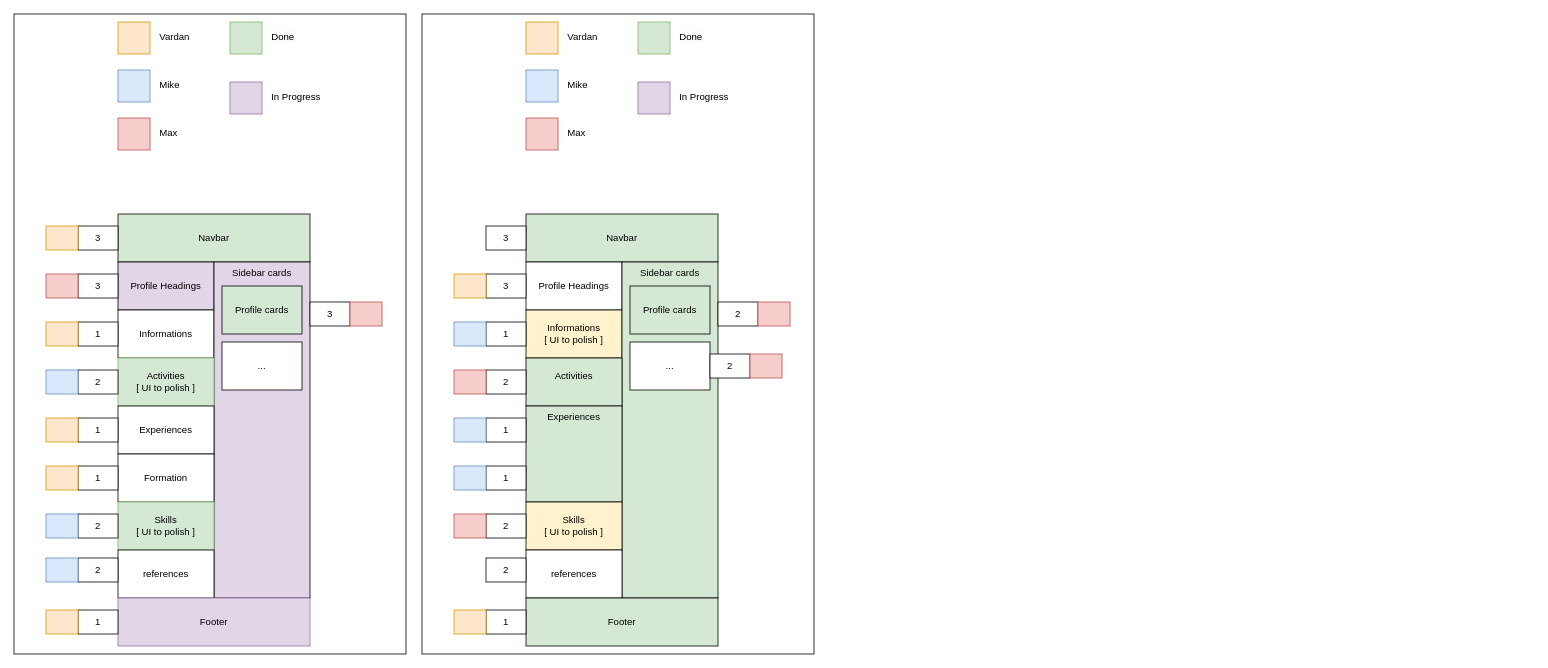
Above: Strikedin-Mockup.drawio in MaksymSharinDev/strive-apr21-BW2 (draw.io), before the change. Source tidied: cells renumbered, new cells numbered last; positions are measured from the earlier drawing's top-left corner, leaving out a move shared by most shapes. Both pictures are drawn from the tidied source at 80%, with x=0, y=0 at pixel (14, 14).
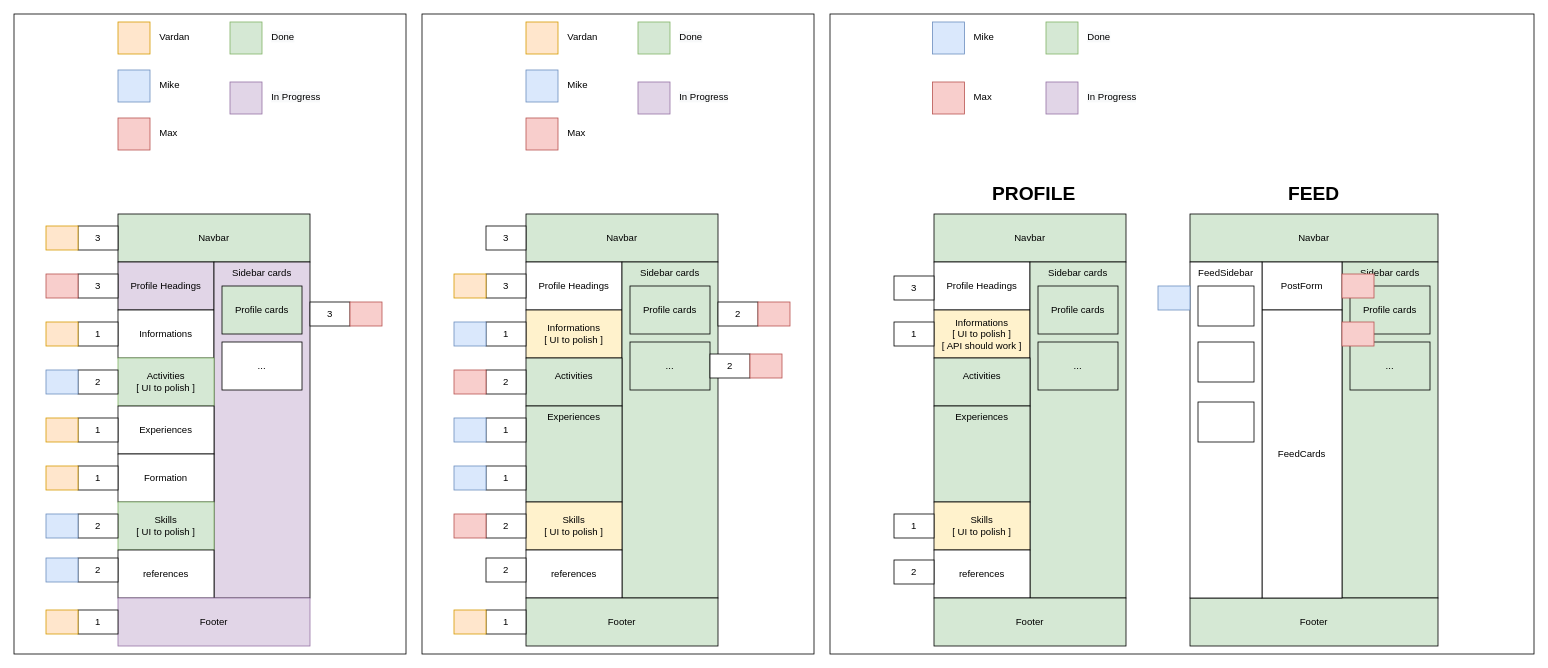
Above is the later version.

Change to the diagram source:
```diff
@@
-    <mxCell id="55" value="..." style="rounded=0;whiteSpace=wrap;html=1;" parent="1" vertex="1">
+    <mxCell id="55" value="..." style="rounded=0;whiteSpace=wrap;html=1;fillColor=#d5e8d4;" parent="1" vertex="1">
       <mxGeometry x="770" y="410" width="100" height="60" as="geometry" />
     </mxCell>
@@
+    <mxCell id="87" style="rounded=0;whiteSpace=wrap;html=1;strokeColor=#000000;" parent="1" vertex="1">
+      <mxGeometry x="1020" width="880" height="800" as="geometry" />
+    </mxCell>
+    <mxCell id="88" value="Navbar" style="rounded=0;whiteSpace=wrap;html=1;fillColor=#d5e8d4;" parent="1" vertex="1">
+      <mxGeometry x="1150" y="250" width="240" height="60" as="geometry" />
+    </mxCell>
+    <mxCell id="89" value="Profile Headings" style="rounded=0;whiteSpace=wrap;html=1;" parent="1" vertex="1">
+      <mxGeometry x="1150" y="310" width="120" height="60" as="geometry" />
+    </mxCell>
+    <mxCell id="90" value="Informations&lt;br&gt;[ UI to polish ]&lt;br&gt;[ API should work ]" style="rounded=0;whiteSpace=wrap;html=1;fillColor=#fff2cc;" parent="1" vertex="1">
+      <mxGeometry x="1150" y="370" width="120" height="60" as="geometry" />
+    </mxCell>
+    <mxCell id="91" value="Sidebar cards" style="rounded=0;whiteSpace=wrap;html=1;verticalAlign=top;fillColor=#d5e8d4;" parent="1" vertex="1">
+      <mxGeometry x="1270" y="310" width="120" height="420" as="geometry" />
+    </mxCell>
+    <mxCell id="92" value="Activities &#10;" style="rounded=0;whiteSpace=wrap;fillColor=#d5e8d4;strokeColor=#000000;verticalAlign=middle;" parent="1" vertex="1">
+      <mxGeometry x="1150" y="430" width="120" height="60" as="geometry" />
+    </mxCell>
+    <mxCell id="93" value="Experiences&lt;br&gt;" style="rounded=0;whiteSpace=wrap;html=1;fillColor=#d5e8d4;verticalAlign=top;" parent="1" vertex="1">
+      <mxGeometry x="1150" y="490" width="120" height="120" as="geometry" />
+    </mxCell>
+    <mxCell id="94" value="Skills&lt;br&gt;[ UI to polish ]" style="rounded=0;whiteSpace=wrap;html=1;fillColor=#fff2cc;" parent="1" vertex="1">
+      <mxGeometry x="1150" y="610" width="120" height="60" as="geometry" />
+    </mxCell>
+    <mxCell id="95" value="references&lt;br&gt;" style="rounded=0;whiteSpace=wrap;html=1;" parent="1" vertex="1">
+      <mxGeometry x="1150" y="670" width="120" height="60" as="geometry" />
+    </mxCell>
+    <mxCell id="96" value="Profile cards" style="rounded=0;whiteSpace=wrap;html=1;fillColor=#d5e8d4;" parent="1" vertex="1">
+      <mxGeometry x="1280" y="340" width="100" height="60" as="geometry" />
+    </mxCell>
+    <mxCell id="97" value="..." style="rounded=0;whiteSpace=wrap;html=1;fillColor=#d5e8d4;" parent="1" vertex="1">
+      <mxGeometry x="1280" y="410" width="100" height="60" as="geometry" />
+    </mxCell>
+    <mxCell id="98" style="rounded=0;whiteSpace=wrap;html=1;fillColor=#d5e8d4;strokeColor=#82b366;" parent="1" vertex="1">
+      <mxGeometry x="1290" y="10" width="40" height="40" as="geometry" />
+    </mxCell>
+    <mxCell id="99" style="rounded=0;whiteSpace=wrap;html=1;fillColor=#e1d5e7;strokeColor=#9673a6;" parent="1" vertex="1">
+      <mxGeometry x="1290" y="85" width="40" height="40" as="geometry" />
+    </mxCell>
+    <mxCell id="100" value="&lt;span style=&quot;color: rgb(0, 0, 0); font-family: helvetica; font-size: 12px; font-style: normal; font-weight: 400; letter-spacing: normal; text-align: center; text-indent: 0px; text-transform: none; word-spacing: 0px; background-color: rgb(248, 249, 250); display: inline; float: none;&quot;&gt;Done&lt;/span&gt;" style="text;whiteSpace=wrap;html=1;" parent="1" vertex="1">
+      <mxGeometry x="1340" y="15" width="50" height="30" as="geometry" />
+    </mxCell>
+    <mxCell id="101" value="&lt;span style=&quot;color: rgb(0 , 0 , 0) ; font-family: &amp;#34;helvetica&amp;#34; ; font-size: 12px ; font-style: normal ; font-weight: 400 ; letter-spacing: normal ; text-align: center ; text-indent: 0px ; text-transform: none ; word-spacing: 0px ; background-color: rgb(248 , 249 , 250) ; display: inline ; float: none&quot;&gt;In Progress&lt;/span&gt;" style="text;whiteSpace=wrap;html=1;" parent="1" vertex="1">
+      <mxGeometry x="1340" y="90" width="70" height="30" as="geometry" />
+    </mxCell>
+    <mxCell id="102" value="Footer" style="rounded=0;whiteSpace=wrap;html=1;fillColor=#d5e8d4;strokeColor=#000000;" parent="1" vertex="1">
+      <mxGeometry x="1150" y="730" width="240" height="60" as="geometry" />
+    </mxCell>
+    <mxCell id="103" style="rounded=0;whiteSpace=wrap;html=1;fillColor=#dae8fc;strokeColor=#6c8ebf;" parent="1" vertex="1">
+      <mxGeometry x="1148" y="10" width="40" height="40" as="geometry" />
+    </mxCell>
+    <mxCell id="104" value="&lt;div style=&quot;text-align: center&quot;&gt;&lt;span&gt;&lt;font face=&quot;helvetica&quot;&gt;Mike&lt;/font&gt;&lt;/span&gt;&lt;/div&gt;" style="text;whiteSpace=wrap;html=1;" parent="1" vertex="1">
+      <mxGeometry x="1198" y="15" width="70" height="30" as="geometry" />
+    </mxCell>
+    <mxCell id="105" style="rounded=0;whiteSpace=wrap;html=1;fillColor=#f8cecc;strokeColor=#b85450;" parent="1" vertex="1">
+      <mxGeometry x="1148" y="85" width="40" height="40" as="geometry" />
+    </mxCell>
+    <mxCell id="106" value="&lt;div style=&quot;text-align: center&quot;&gt;&lt;span&gt;&lt;font face=&quot;helvetica&quot;&gt;Max&lt;/font&gt;&lt;/span&gt;&lt;/div&gt;" style="text;whiteSpace=wrap;html=1;" parent="1" vertex="1">
+      <mxGeometry x="1198" y="90" width="70" height="30" as="geometry" />
+    </mxCell>
+    <mxCell id="107" value="2" style="rounded=0;whiteSpace=wrap;html=1;" parent="1" vertex="1">
+      <mxGeometry x="1100" y="682.5" width="50" height="30" as="geometry" />
+    </mxCell>
+    <mxCell id="108" value="3" style="rounded=0;whiteSpace=wrap;html=1;" parent="1" vertex="1">
+      <mxGeometry x="1100" y="327.5" width="50" height="30" as="geometry" />
+    </mxCell>
+    <mxCell id="109" value="1" style="rounded=0;whiteSpace=wrap;html=1;" parent="1" vertex="1">
+      <mxGeometry x="1100" y="385" width="50" height="30" as="geometry" />
+    </mxCell>
+    <mxCell id="110" value="1" style="rounded=0;whiteSpace=wrap;html=1;" parent="1" vertex="1">
+      <mxGeometry x="1100" y="625" width="50" height="30" as="geometry" />
+    </mxCell>
+    <mxCell id="111" value="Navbar" style="rounded=0;whiteSpace=wrap;html=1;fillColor=#d5e8d4;" parent="1" vertex="1">
+      <mxGeometry x="1470" y="250" width="310" height="60" as="geometry" />
+    </mxCell>
+    <mxCell id="112" value="Sidebar cards" style="rounded=0;whiteSpace=wrap;html=1;verticalAlign=top;fillColor=#d5e8d4;" parent="1" vertex="1">
+      <mxGeometry x="1660" y="310" width="120" height="420" as="geometry" />
+    </mxCell>
+    <mxCell id="113" value="Profile cards" style="rounded=0;whiteSpace=wrap;html=1;fillColor=#d5e8d4;" parent="1" vertex="1">
+      <mxGeometry x="1670" y="340" width="100" height="60" as="geometry" />
+    </mxCell>
+    <mxCell id="114" value="..." style="rounded=0;whiteSpace=wrap;html=1;fillColor=#d5e8d4;" parent="1" vertex="1">
+      <mxGeometry x="1670" y="410" width="100" height="60" as="geometry" />
+    </mxCell>
+    <mxCell id="115" value="Footer" style="rounded=0;whiteSpace=wrap;html=1;fillColor=#d5e8d4;strokeColor=#000000;" parent="1" vertex="1">
+      <mxGeometry x="1470" y="730" width="310" height="60" as="geometry" />
+    </mxCell>
+    <mxCell id="116" value="PROFILE" style="text;html=1;strokeColor=none;fillColor=none;align=center;verticalAlign=middle;whiteSpace=wrap;rounded=0;fontSize=24;fontStyle=1;" parent="1" vertex="1">
+      <mxGeometry x="1200" y="210" width="150" height="30" as="geometry" />
+    </mxCell>
+    <mxCell id="117" value="FEED" style="text;html=1;strokeColor=none;fillColor=none;align=center;verticalAlign=middle;whiteSpace=wrap;rounded=0;fontSize=24;fontStyle=1;" parent="1" vertex="1">
+      <mxGeometry x="1550" y="210" width="150" height="30" as="geometry" />
+    </mxCell>
+    <mxCell id="118" value="PostForm" style="rounded=0;whiteSpace=wrap;html=1;" parent="1" vertex="1">
+      <mxGeometry x="1560" y="310" width="100" height="60" as="geometry" />
+    </mxCell>
+    <mxCell id="119" value="FeedCards" style="rounded=0;whiteSpace=wrap;html=1;" parent="1" vertex="1">
+      <mxGeometry x="1560" y="370" width="100" height="360" as="geometry" />
+    </mxCell>
+    <mxCell id="120" value="FeedSidebar" style="rounded=0;whiteSpace=wrap;html=1;verticalAlign=top;" parent="1" vertex="1">
+      <mxGeometry x="1470" y="310" width="90" height="420" as="geometry" />
+    </mxCell>
+    <mxCell id="121" style="rounded=0;whiteSpace=wrap;html=1;fontSize=24;strokeColor=#000000;" parent="1" vertex="1">
+      <mxGeometry x="1480" y="340" width="70" height="50" as="geometry" />
+    </mxCell>
+    <mxCell id="122" style="rounded=0;whiteSpace=wrap;html=1;fontSize=24;strokeColor=#000000;" parent="1" vertex="1">
+      <mxGeometry x="1480" y="410" width="70" height="50" as="geometry" />
+    </mxCell>
+    <mxCell id="123" style="rounded=0;whiteSpace=wrap;html=1;fontSize=24;strokeColor=#000000;" parent="1" vertex="1">
+      <mxGeometry x="1480" y="485" width="70" height="50" as="geometry" />
+    </mxCell>
+    <mxCell id="124" style="rounded=0;whiteSpace=wrap;html=1;fillColor=#f8cecc;strokeColor=#b85450;" parent="1" vertex="1">
+      <mxGeometry x="1660" y="325" width="40" height="30" as="geometry" />
+    </mxCell>
+    <mxCell id="125" style="rounded=0;whiteSpace=wrap;html=1;fillColor=#f8cecc;strokeColor=#b85450;" parent="1" vertex="1">
+      <mxGeometry x="1660" y="385" width="40" height="30" as="geometry" />
+    </mxCell>
+    <mxCell id="126" style="rounded=0;whiteSpace=wrap;html=1;fillColor=#dae8fc;strokeColor=#6c8ebf;" parent="1" vertex="1">
+      <mxGeometry x="1430" y="340" width="40" height="30" as="geometry" />
+    </mxCell>
```
